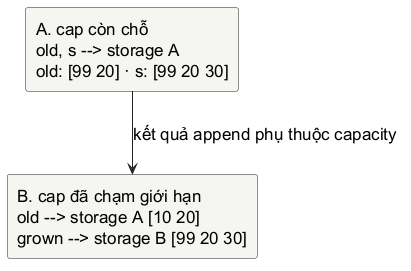
The PlantUML diagram assets/diagrams/append-storage.png in Minhlike/Golang, before a commit.
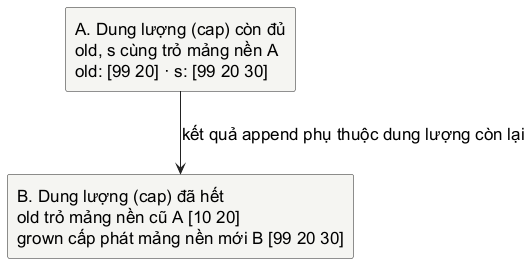
After the commit.

The edit, as a diff of the source:
```diff
@@ -12,7 +12,7 @@
 }
 skinparam arrowColor #222222
 top to bottom direction
-rectangle "A. cap còn chỗ\nold, s --> storage A\nold: [99 20] · s: [99 20 30]" as reuse
-rectangle "B. cap đã chạm giới hạn\nold --> storage A [10 20]\ngrown --> storage B [99 20 30]" as allocate
-reuse -down-> allocate : kết quả append phụ thuộc capacity
+rectangle "A. Dung lượng (cap) còn đủ\nold, s cùng trỏ mảng nền A\nold: [99 20] · s: [99 20 30]" as reuse
+rectangle "B. Dung lượng (cap) đã hết\nold trỏ mảng nền cũ A [10 20]\ngrown cấp phát mảng nền mới B [99 20 30]" as allocate
+reuse -down-> allocate : kết quả append phụ thuộc dung lượng còn lại
 @enduml
```
